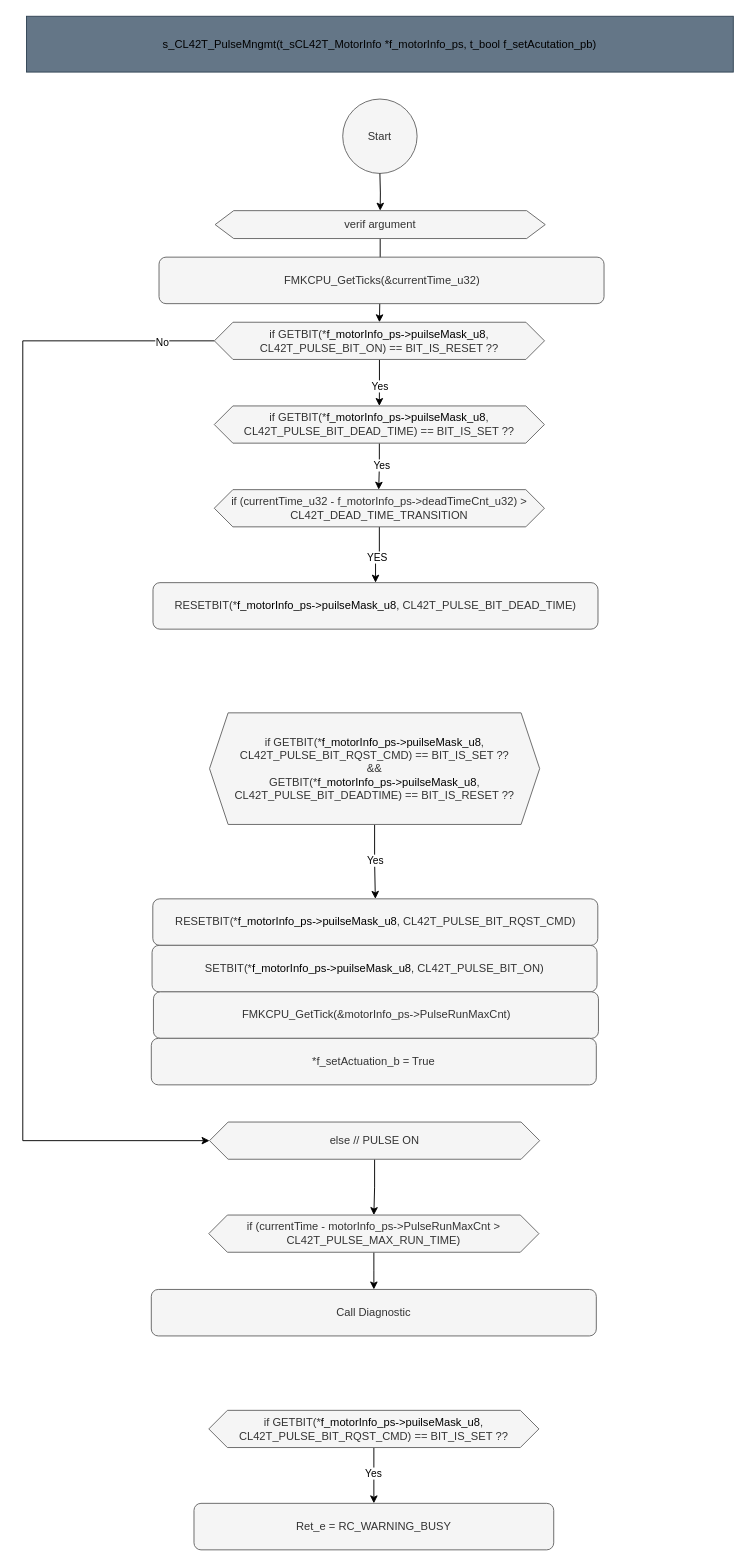
This is page "PulseOpeMngmt" (18 of 21) of src/2_DRV/Motor/CL42T/Doc/Design/CL42T_Architecture.drawio from mbarbeau0545/PickersRobotPOC, a draw.io file, before an edit. Source tidied: cells renumbered, new cells numbered last; positions are measured from the earlier drawing's top-left corner, leaving out a move shared by most shapes. Both pictures are drawn from the tidied source at 93%, with x=0, y=0 at pixel (22, 16).
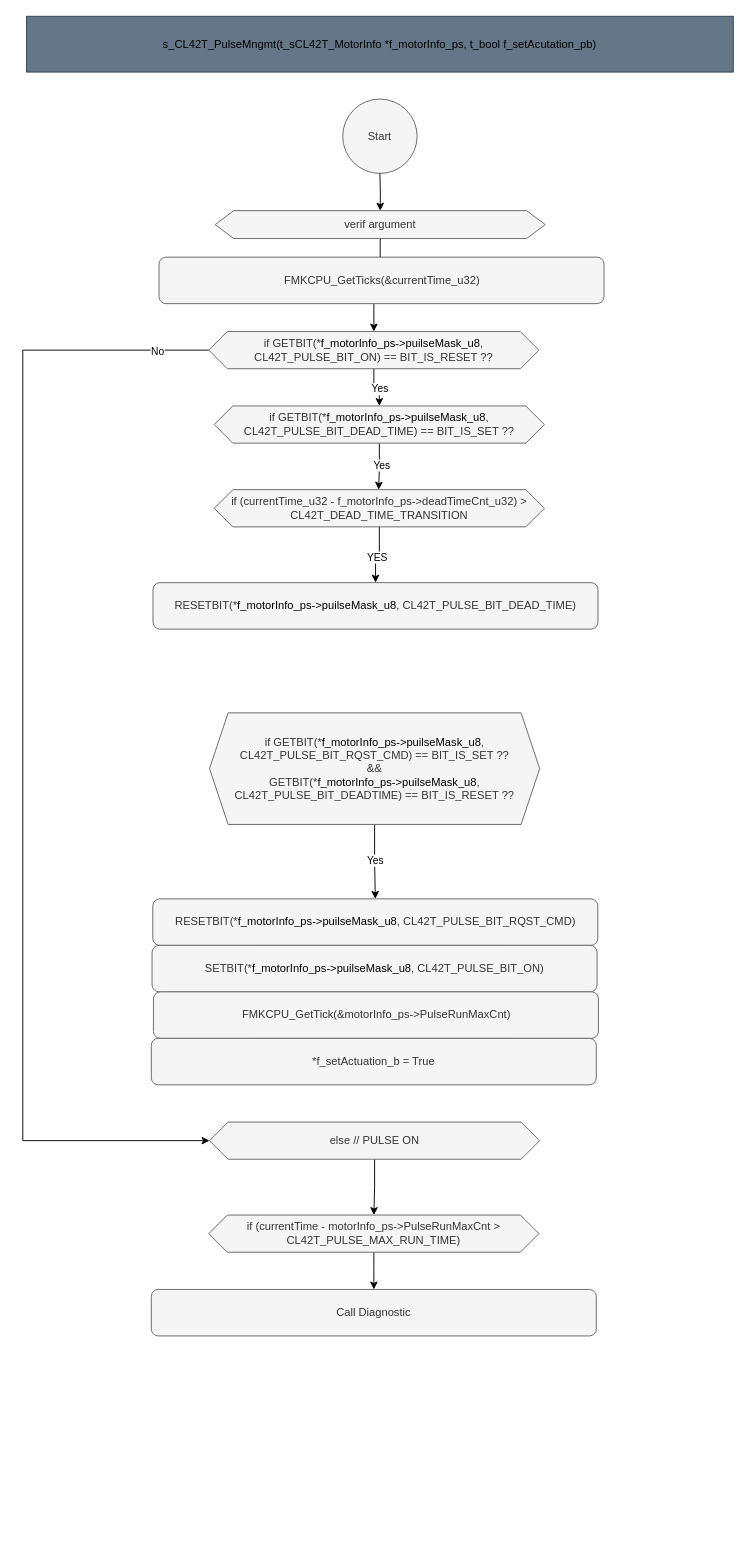
After the change.

Unchanged cells that the change refers to:
```xml
<mxCell id="26" value="else // PULSE ON" style="shape=hexagon;perimeter=hexagonPerimeter2;whiteSpace=wrap;html=1;fixedSize=1;fillColor=#f5f5f5;fontColor=#333333;strokeColor=#666666;" parent="1" vertex="1">
  <mxGeometry x="200.8" y="1189" width="355" height="40" as="geometry" />
</mxCell>
```

What changed in the source:
```diff
@@
     <mxCell id="16" style="edgeStyle=orthogonalEdgeStyle;rounded=0;jettySize=auto;html=1;exitX=0;exitY=0.5;exitDx=0;exitDy=0;entryX=0;entryY=0.5;entryDx=0;entryDy=0;" parent="1" edge="1" source="18" target="26">
       <mxGeometry relative="1" as="geometry">
         <Array as="points">
-          <mxPoint y="349" />
+          <mxPoint y="359" />
           <mxPoint y="1209" />
         </Array>
       </mxGeometry>
     </mxCell>
@@
     <mxCell id="18" value="if GETBIT(*&lt;span style=&quot;color: rgb(0, 0, 0);&quot;&gt;f_motorInfo_ps-&amp;gt;puilseMask_u8&lt;/span&gt;, CL42T_PULSE_BIT_ON) == BIT_IS_RESET ??" style="shape=hexagon;perimeter=hexagonPerimeter2;whiteSpace=wrap;html=1;fixedSize=1;fillColor=#f5f5f5;fontColor=#333333;strokeColor=#666666;" parent="1" vertex="1">
-      <mxGeometry x="206" y="329" width="355" height="40" as="geometry" />
+      <mxGeometry x="200" y="339" width="355" height="40" as="geometry" />
     </mxCell>
@@
-    <mxCell id="31" style="edgeStyle=orthogonalEdgeStyle;rounded=0;jettySize=auto;html=1;exitX=0.5;exitY=1;exitDx=0;exitDy=0;" parent="1" edge="1" source="33" target="34">
-      <mxGeometry relative="1" as="geometry" />
-    </mxCell>
-    <mxCell id="32" value="Yes" style="edgeLabel;html=1;align=center;verticalAlign=middle;" parent="31" vertex="1">
-      <mxGeometry x="-0.1" y="-1" relative="1" as="geometry" />
-    </mxCell>
-    <mxCell id="33" value="if GETBIT(*&lt;span style=&quot;color: rgb(0, 0, 0);&quot;&gt;f_motorInfo_ps-&amp;gt;puilseMask_u8&lt;/span&gt;, CL42T_PULSE_BIT_RQST_CMD) == BIT_IS_SET ??" style="shape=hexagon;perimeter=hexagonPerimeter2;whiteSpace=wrap;html=1;fixedSize=1;fillColor=#f5f5f5;fontColor=#333333;strokeColor=#666666;" parent="1" vertex="1">
-      <mxGeometry x="200" y="1499" width="355" height="40" as="geometry" />
-    </mxCell>
-    <mxCell id="34" value="Ret_e = RC_WARNING_BUSY" style="rounded=1;whiteSpace=wrap;html=1;fillColor=#f5f5f5;fontColor=#333333;strokeColor=#666666;" parent="1" vertex="1">
-      <mxGeometry x="184.1" y="1599" width="386.8" height="50" as="geometry" />
-    </mxCell>
```
